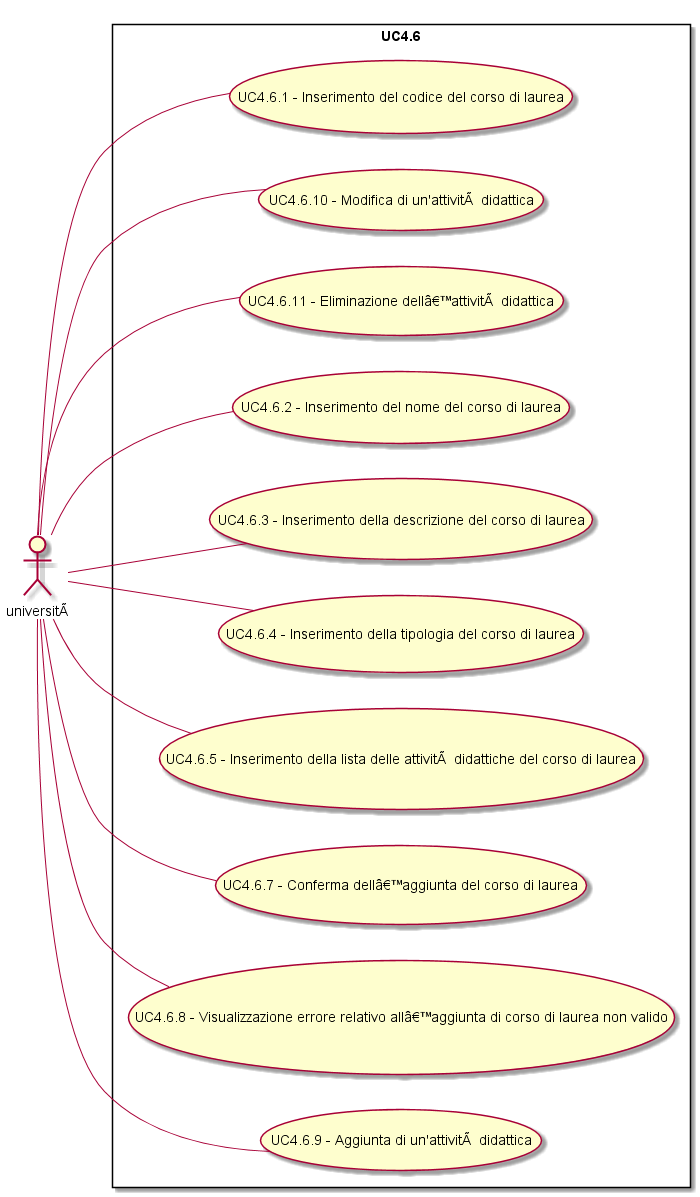
SOS-SonsOfSwe/Marvin keeps this PlantUML diagram as Analisi dei requisiti/img/UC4-6.png. Above is the earlier version. Source of this version:
```plantuml
@startuml
left to right direction
skinparam packageStyle rectangle
actor universitÃ
rectangle UC4.6 {
universitÃ  -- (UC4.6.1 - Inserimento del codice del corso di laurea)
universitÃ  -- (UC4.6.10 - Modifica di un'attivitÃ  didattica)
universitÃ  -- (UC4.6.11 - Eliminazione dellâ??attivitÃ  didattica)
universitÃ  -- (UC4.6.2 - Inserimento del nome del corso di laurea)
universitÃ  -- (UC4.6.3 - Inserimento della descrizione del corso di laurea)
universitÃ  -- (UC4.6.4 - Inserimento della tipologia del corso di laurea)
universitÃ  -- (UC4.6.5 - Inserimento della lista delle attivitÃ  didattiche del corso di laurea)
universitÃ  -- (UC4.6.7 - Conferma dellâ??aggiunta del corso di laurea)
universitÃ  -- (UC4.6.8 - Visualizzazione errore relativo allâ??aggiunta di corso di laurea non valido )
universitÃ  -- (UC4.6.9 - Aggiunta di un'attivitÃ  didattica)
}
@enduml
```
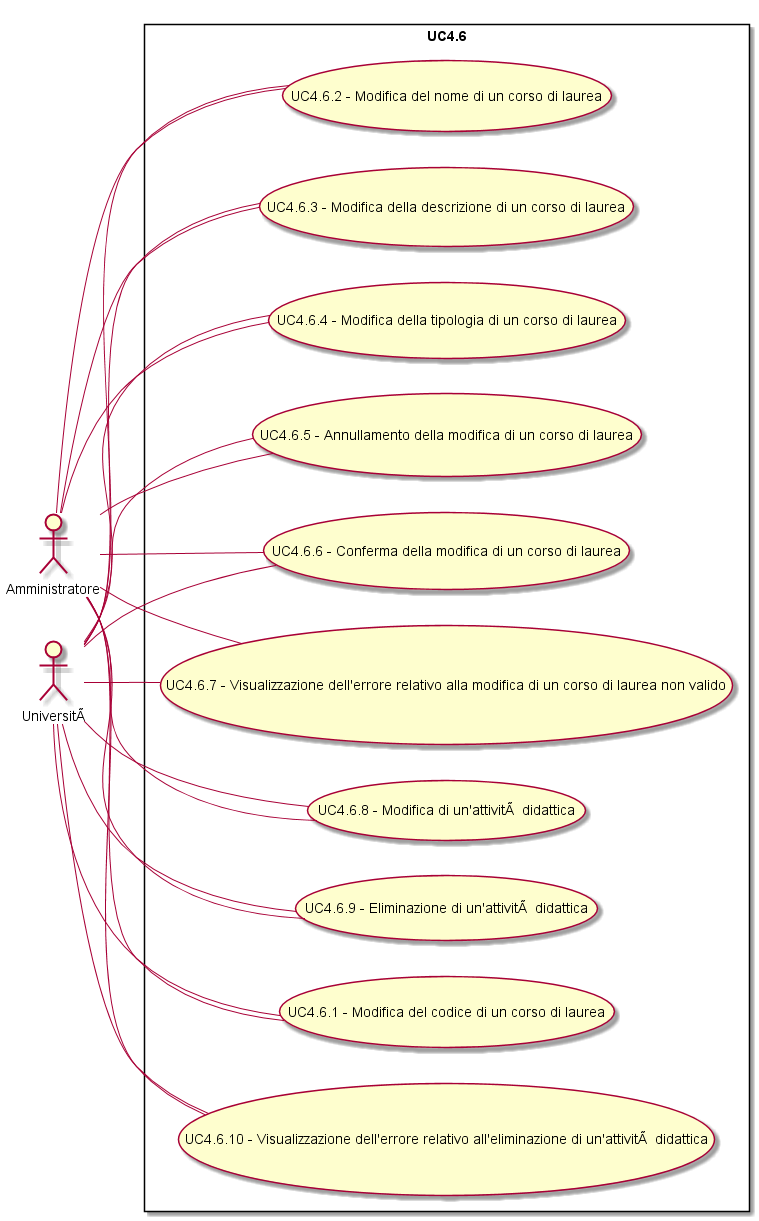
The same file after the commit.

Change to the diagram source:
```diff
@@ -1,17 +1,28 @@
 @startuml
 left to right direction
 skinparam packageStyle rectangle
-actor universitÃ
+actor Amministratore
+actor Università
 rectangle UC4.6 {
-universitÃ  -- (UC4.6.1 - Inserimento del codice del corso di laurea)
-universitÃ  -- (UC4.6.10 - Modifica di un'attivitÃ  didattica)
-universitÃ  -- (UC4.6.11 - Eliminazione dellâ??attivitÃ  didattica)
-universitÃ  -- (UC4.6.2 - Inserimento del nome del corso di laurea)
-universitÃ  -- (UC4.6.3 - Inserimento della descrizione del corso di laurea)
-universitÃ  -- (UC4.6.4 - Inserimento della tipologia del corso di laurea)
-universitÃ  -- (UC4.6.5 - Inserimento della lista delle attivitÃ  didattiche del corso di laurea)
-universitÃ  -- (UC4.6.7 - Conferma dellâ??aggiunta del corso di laurea)
-universitÃ  -- (UC4.6.8 - Visualizzazione errore relativo allâ??aggiunta di corso di laurea non valido )
-universitÃ  -- (UC4.6.9 - Aggiunta di un'attivitÃ  didattica)
+Amministratore -- (UC4.6.1 - Modifica del codice di un corso di laurea)
+Amministratore -- (UC4.6.10 - Visualizzazione dell'errore relativo all'eliminazione di un'attività didattica)
+Amministratore -- (UC4.6.2 - Modifica del nome di un corso di laurea)
+Amministratore -- (UC4.6.3 - Modifica della descrizione di un corso di laurea)
+Amministratore -- (UC4.6.4 - Modifica della tipologia di un corso di laurea)
+Amministratore -- (UC4.6.5 - Annullamento della modifica di un corso di laurea)
+Amministratore -- (UC4.6.6 - Conferma della modifica di un corso di laurea)
+Amministratore -- (UC4.6.7 - Visualizzazione dell'errore relativo alla modifica di un corso di laurea non valido)
+Amministratore -- (UC4.6.8 - Modifica di un'attività didattica)
+Amministratore -- (UC4.6.9 - Eliminazione di un'attività didattica)
+Università -- (UC4.6.1 - Modifica del codice di un corso di laurea)
+Università -- (UC4.6.10 - Visualizzazione dell'errore relativo all'eliminazione di un'attività didattica)
+Università -- (UC4.6.2 - Modifica del nome di un corso di laurea)
+Università -- (UC4.6.3 - Modifica della descrizione di un corso di laurea)
+Università -- (UC4.6.4 - Modifica della tipologia di un corso di laurea)
+Università -- (UC4.6.5 - Annullamento della modifica di un corso di laurea)
+Università -- (UC4.6.6 - Conferma della modifica di un corso di laurea)
+Università -- (UC4.6.7 - Visualizzazione dell'errore relativo alla modifica di un corso di laurea non valido)
+Università -- (UC4.6.8 - Modifica di un'attività didattica)
+Università -- (UC4.6.9 - Eliminazione di un'attività didattica)
 }
 @enduml
```
